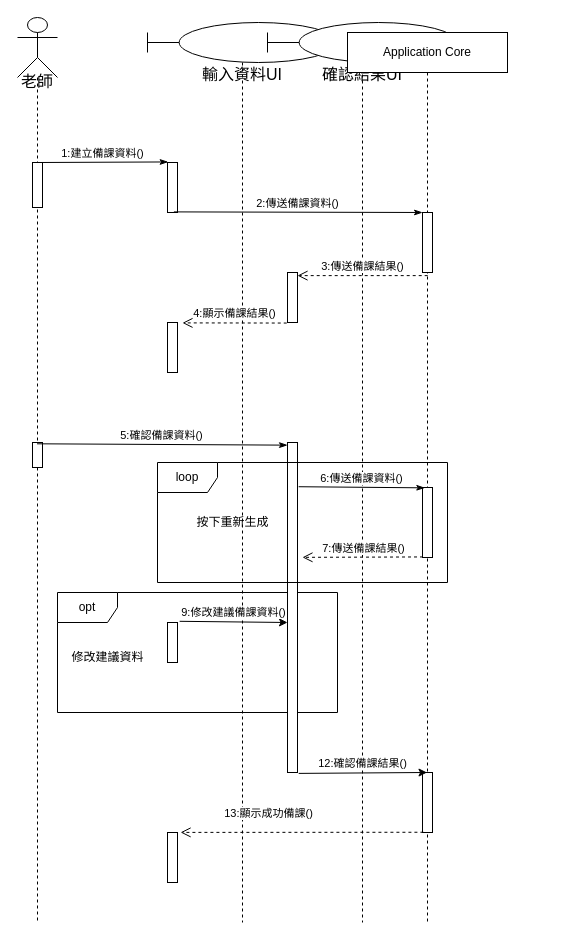
Earlier version of the draw.io diagram UI循序圖(建立備課資料) copy.drawio (Kevincheng0804/System-analysis). Source tidied: cells renumbered, new cells numbered last; positions are measured from the earlier drawing's top-left corner, leaving out a move shared by most shapes. Both pictures are drawn from the tidied source at 100%, with x=0, y=0 at pixel (17, 17).
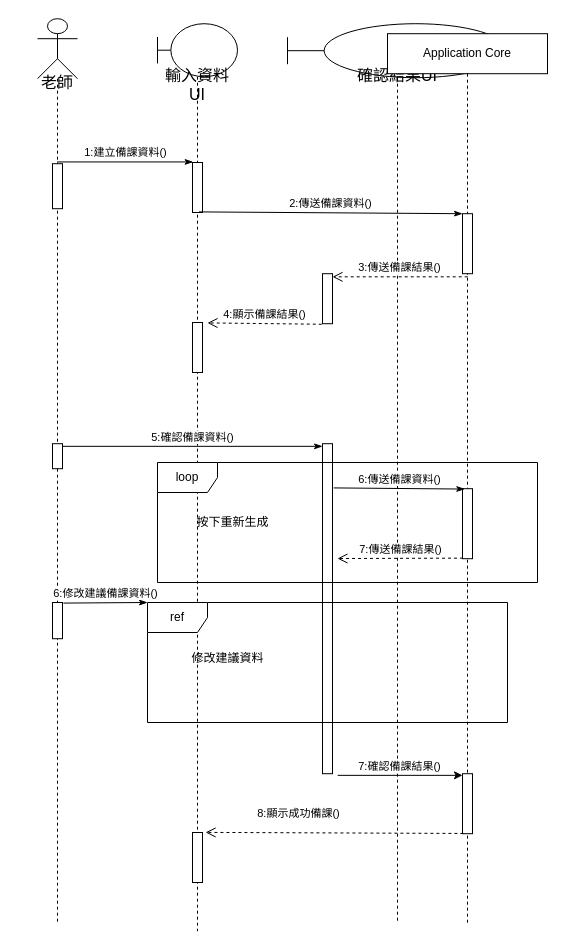
The same diagram, later.

The change refers to these unchanged cells:
```xml
<mxCell id="4" style="html=1;points=[];perimeter=orthogonalPerimeter;" parent="2" vertex="1">
  <mxGeometry x="15" y="425" width="10" height="25" as="geometry" />
</mxCell>
<mxCell id="17" style="html=1;points=[];perimeter=orthogonalPerimeter;" parent="14" vertex="1">
  <mxGeometry x="75" y="740" width="10" height="60" as="geometry" />
</mxCell>
```

Change to the diagram source:
```diff
@@
     <mxCell id="2" value="&lt;p&gt;&lt;font style=&quot;font-size: 16px;&quot;&gt;老師&lt;/font&gt;&lt;/p&gt;" style="shape=umlLifeline;participant=umlActor;perimeter=lifelinePerimeter;whiteSpace=wrap;html=1;verticalAlign=top;spacingTop=36;outlineConnect=0;size=60;align=center;" parent="1" vertex="1">
-      <mxGeometry width="40" height="905" as="geometry" />
+      <mxGeometry x="20" y="1.2" width="40" height="905" as="geometry" />
     </mxCell>
@@
+    <mxCell id="31" style="html=1;points=[];perimeter=orthogonalPerimeter;" parent="2" vertex="1">
+      <mxGeometry x="15" y="583.8" width="10" height="36.2" as="geometry" />
+    </mxCell>
-    <mxCell id="5" value="輸入資料UI" style="shape=umlLifeline;participant=umlBoundary;perimeter=lifelinePerimeter;whiteSpace=wrap;html=1;verticalAlign=top;spacingTop=36;fontSize=16;" parent="1" vertex="1">
-      <mxGeometry x="130" y="5" width="190" height="900" as="geometry" />
+    <mxCell id="5" value="輸入資料UI" style="shape=umlLifeline;participant=umlBoundary;perimeter=lifelinePerimeter;whiteSpace=wrap;html=1;verticalAlign=top;spacingTop=36;fontSize=16;size=53;" parent="1" vertex="1">
+      <mxGeometry x="140" y="6.2" width="80" height="907.5" as="geometry" />
     </mxCell>
     <mxCell id="6" style="html=1;points=[];perimeter=orthogonalPerimeter;" parent="5" vertex="1">
-      <mxGeometry x="20" y="140" width="10" height="50" as="geometry" />
+      <mxGeometry x="35" y="138.8" width="10" height="50" as="geometry" />
     </mxCell>
     <mxCell id="7" style="html=1;points=[];perimeter=orthogonalPerimeter;" parent="5" vertex="1">
-      <mxGeometry x="20" y="810" width="10" height="50" as="geometry" />
+      <mxGeometry x="35" y="808.8" width="10" height="50" as="geometry" />
     </mxCell>
     <mxCell id="8" style="html=1;points=[];perimeter=orthogonalPerimeter;" parent="5" vertex="1">
-      <mxGeometry x="20" y="300" width="10" height="50" as="geometry" />
+      <mxGeometry x="35" y="298.8" width="10" height="50" as="geometry" />
     </mxCell>
-    <mxCell id="9" style="html=1;points=[];perimeter=orthogonalPerimeter;" parent="5" vertex="1">
-      <mxGeometry x="20" y="600" width="10" height="40" as="geometry" />
-    </mxCell>
-    <mxCell id="10" value="opt" style="shape=umlFrame;whiteSpace=wrap;html=1;" parent="5" vertex="1">
-      <mxGeometry x="-90" y="570" width="280" height="120" as="geometry" />
-    </mxCell>
-    <mxCell id="11" value="確認結果UI" style="shape=umlLifeline;participant=umlBoundary;perimeter=lifelinePerimeter;whiteSpace=wrap;html=1;verticalAlign=top;spacingTop=36;fontSize=16;" parent="1" vertex="1">
-      <mxGeometry x="250" y="5" width="190" height="900" as="geometry" />
+    <mxCell id="11" value="確認結果UI" style="shape=umlLifeline;participant=umlBoundary;perimeter=lifelinePerimeter;whiteSpace=wrap;html=1;verticalAlign=top;spacingTop=36;fontSize=16;size=54;" parent="1" vertex="1">
+      <mxGeometry x="270" y="6.2" width="220" height="900" as="geometry" />
     </mxCell>
     <mxCell id="12" style="html=1;points=[];perimeter=orthogonalPerimeter;" parent="11" vertex="1">
-      <mxGeometry x="20" y="250" width="10" height="50" as="geometry" />
+      <mxGeometry x="35" y="250" width="10" height="50" as="geometry" />
     </mxCell>
     <mxCell id="13" style="html=1;points=[];perimeter=orthogonalPerimeter;" parent="11" vertex="1">
-      <mxGeometry x="20" y="420" width="10" height="330" as="geometry" />
+      <mxGeometry x="35" y="420" width="10" height="330" as="geometry" />
     </mxCell>
+    <mxCell id="10" value="ref" style="shape=umlFrame;whiteSpace=wrap;html=1;" parent="11" vertex="1">
+      <mxGeometry x="-140" y="578.8" width="360" height="120" as="geometry" />
+    </mxCell>
+    <mxCell id="32" value="6:修改建議備課資料()" style="html=1;verticalAlign=bottom;endArrow=classicThin;endFill=1;exitX=1.092;exitY=0.016;exitDx=0;exitDy=0;exitPerimeter=0;" parent="11" edge="1" source="31">
+      <mxGeometry relative="1" as="geometry">
+        <mxPoint x="-140" y="578.8" as="targetPoint" />
+      </mxGeometry>
+    </mxCell>
     <mxCell id="14" value="Application Core" style="shape=umlLifeline;perimeter=lifelinePerimeter;whiteSpace=wrap;html=1;" parent="1" vertex="1">
-      <mxGeometry x="330" y="15" width="160" height="890" as="geometry" />
+      <mxGeometry x="370" y="16.2" width="160" height="890" as="geometry" />
     </mxCell>
@@
-    <mxCell id="18" value="1:建立備課資料()" style="html=1;verticalAlign=bottom;endArrow=classicThin;endFill=1;exitX=0.664;exitY=0.008;exitDx=0;exitDy=0;exitPerimeter=0;entryX=0.068;entryY=-0.011;entryDx=0;entryDy=0;entryPerimeter=0;" parent="1" edge="1" target="6">
-      <mxGeometry relative="1" as="geometry">
-        <mxPoint x="20" y="145" as="sourcePoint" />
-      </mxGeometry>
+    <mxCell id="18" value="1:建立備課資料()" style="html=1;verticalAlign=bottom;endArrow=classicThin;endFill=1;entryX=0.068;entryY=-0.011;entryDx=0;entryDy=0;entryPerimeter=0;" parent="1" edge="1" source="2" target="6">
+      <mxGeometry relative="1" as="geometry" />
     </mxCell>
@@
-    <mxCell id="22" value="5:確認備課資料()" style="html=1;verticalAlign=bottom;endArrow=classicThin;endFill=1;entryX=0.003;entryY=0.008;entryDx=0;entryDy=0;entryPerimeter=0;" parent="1" edge="1" target="13">
-      <mxGeometry relative="1" as="geometry">
-        <mxPoint x="19.5" y="426.3" as="sourcePoint" />
-      </mxGeometry>
+    <mxCell id="22" value="5:確認備課資料()" style="html=1;verticalAlign=bottom;endArrow=classicThin;endFill=1;entryX=0.003;entryY=0.008;entryDx=0;entryDy=0;entryPerimeter=0;" parent="1" edge="1" source="4" target="13">
+      <mxGeometry relative="1" as="geometry" />
     </mxCell>
@@
-    <mxCell id="26" value="12:確認備課結果()" style="html=1;verticalAlign=bottom;endArrow=classic;endFill=1;exitX=1.116;exitY=1.003;exitDx=0;exitDy=0;exitPerimeter=0;" parent="1" edge="1">
-      <mxGeometry relative="1" as="geometry">
-        <mxPoint x="281.2" y="755.9" as="sourcePoint" />
-        <mxPoint x="409.5" y="755" as="targetPoint" />
-      </mxGeometry>
+    <mxCell id="26" value="7:確認備課結果()" style="html=1;verticalAlign=bottom;endArrow=classic;endFill=1;exitX=1.521;exitY=1.005;exitDx=0;exitDy=0;exitPerimeter=0;" parent="1" edge="1" source="13" target="17">
+      <mxGeometry relative="1" as="geometry" />
     </mxCell>
-    <mxCell id="27" value="13:顯示成功備課()" style="html=1;verticalAlign=bottom;endArrow=open;dashed=1;endSize=8;exitX=0.092;exitY=0.996;exitDx=0;exitDy=0;exitPerimeter=0;entryX=1.307;entryY=-0.002;entryDx=0;entryDy=0;entryPerimeter=0;" parent="1" edge="1" source="17" target="7">
+    <mxCell id="27" value="8:顯示成功備課()" style="html=1;verticalAlign=bottom;endArrow=open;dashed=1;endSize=8;exitX=0.092;exitY=0.996;exitDx=0;exitDy=0;exitPerimeter=0;entryX=1.307;entryY=-0.002;entryDx=0;entryDy=0;entryPerimeter=0;" parent="1" edge="1" source="17" target="7">
       <mxGeometry x="0.28" y="-10" relative="1" as="geometry" />
     </mxCell>
-    <mxCell id="28" value="9:修改建議備課資料()" style="html=1;verticalAlign=bottom;endArrow=classic;endFill=1;exitX=1.211;exitY=-0.03;exitDx=0;exitDy=0;exitPerimeter=0;" parent="1" edge="1" source="9">
-      <mxGeometry relative="1" as="geometry">
-        <mxPoint x="270" y="605" as="targetPoint" />
-      </mxGeometry>
-    </mxCell>
     <mxCell id="29" value="loop" style="shape=umlFrame;whiteSpace=wrap;html=1;" parent="1" vertex="1">
-      <mxGeometry x="140" y="445" width="290" height="120" as="geometry" />
+      <mxGeometry x="140" y="445" width="380" height="120" as="geometry" />
     </mxCell>
     <mxCell id="30" value="修改建議資料" style="text;html=1;align=center;verticalAlign=middle;strokeColor=none;fillColor=none;" parent="1" vertex="1">
-      <mxGeometry x="40" y="625" width="100" height="30" as="geometry" />
+      <mxGeometry x="160" y="626.2" width="100" height="30" as="geometry" />
     </mxCell>
```
